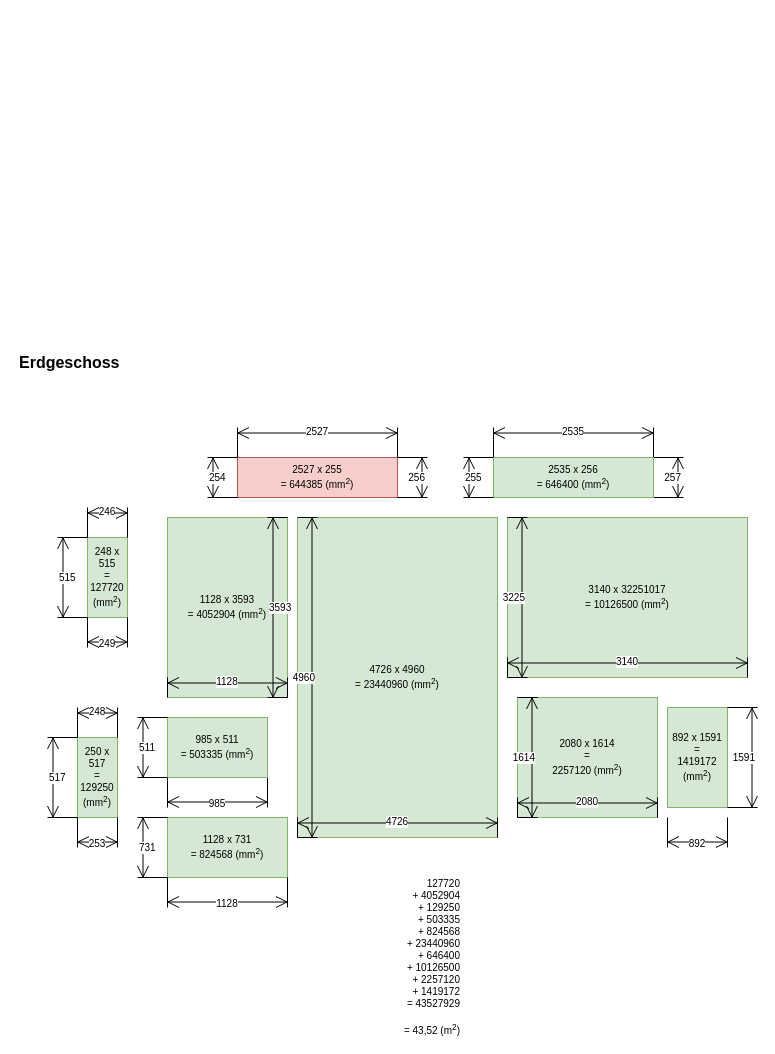
Earlier version of the draw.io diagram page "Erdgeschoss" (1 of 3) of ruderzimmer.drawio (episcopus2001/wohnflaeche). Source tidied: cells renumbered, new cells numbered last; positions are measured from the earlier drawing's top-left corner, leaving out a move shared by most shapes. Both pictures are drawn from the tidied source at 100%, with x=0, y=0 at pixel (17, 347).
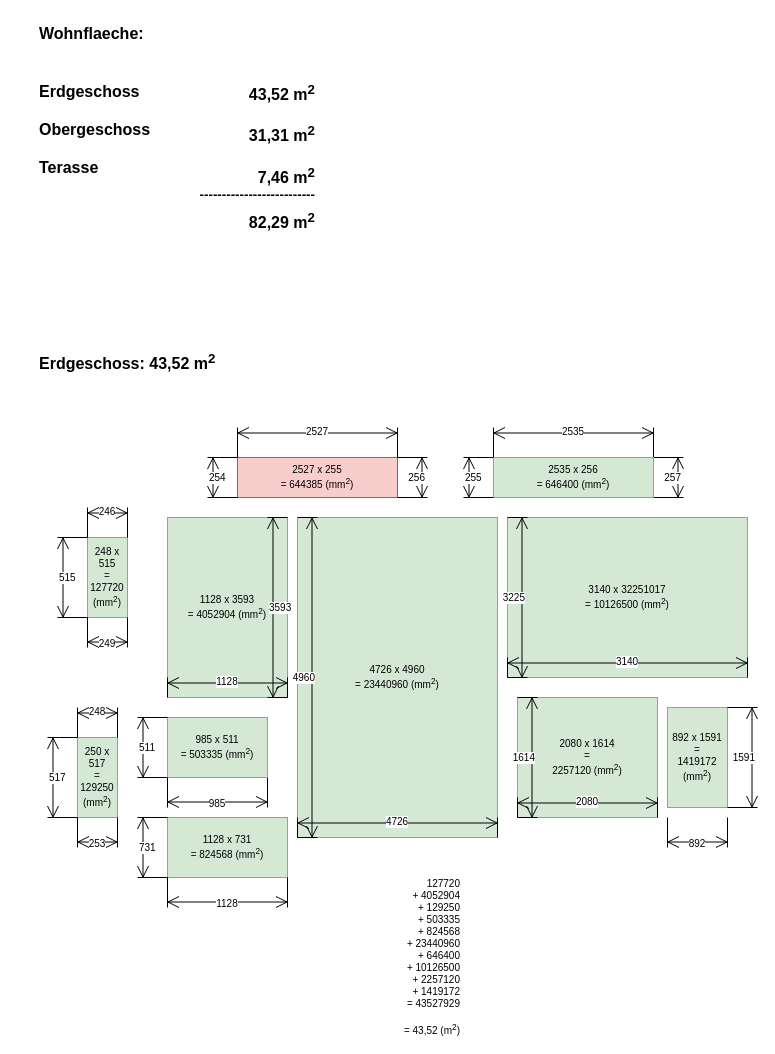
The same diagram, later.

The edit, as a diff of the source:
```diff
@@
-    <mxCell id="10" value="Erdgeschoss" style="text;html=1;strokeColor=none;fillColor=none;align=left;verticalAlign=middle;whiteSpace=wrap;rounded=0;fontStyle=1;fontSize=16;" parent="1" vertex="1">
-      <mxGeometry width="160" height="30" as="geometry" />
+    <mxCell id="10" value="Erdgeschoss: 43,52 m&lt;sup&gt;2&lt;/sup&gt;" style="text;html=1;strokeColor=none;fillColor=none;align=left;verticalAlign=middle;whiteSpace=wrap;rounded=0;fontStyle=1;fontSize=16;" parent="1" vertex="1">
+      <mxGeometry x="20" width="280" height="30" as="geometry" />
     </mxCell>
@@
+    <mxCell id="41" value="&lt;div&gt;Wohnflaeche:&lt;/div&gt;&lt;div&gt;&lt;br&gt;&lt;/div&gt;&lt;div&gt;&lt;br&gt;&lt;/div&gt;&lt;div&gt;Erdgeschoss&lt;/div&gt;&lt;div&gt;&lt;br&gt;&lt;/div&gt;&lt;div&gt;Obergeschoss&lt;/div&gt;&lt;div&gt;&lt;br&gt;&lt;/div&gt;&lt;div&gt;Terasse&lt;br&gt;&lt;/div&gt;" style="text;html=1;strokeColor=none;fillColor=none;align=left;verticalAlign=top;whiteSpace=wrap;rounded=0;fontStyle=1;fontSize=16;" parent="1" vertex="1">
+      <mxGeometry x="20" y="-330" width="120" height="30" as="geometry" />
+    </mxCell>
+    <mxCell id="42" value="&lt;div&gt;&amp;nbsp;&lt;/div&gt;&lt;div&gt;&lt;br&gt;&lt;/div&gt;&lt;div&gt;&lt;br&gt;&lt;/div&gt;&lt;div&gt;43,52 m&lt;sup&gt;2&lt;/sup&gt;&lt;/div&gt;&lt;div&gt;&lt;br&gt;&lt;/div&gt;&lt;div&gt;31,31 m&lt;sup&gt;2&lt;/sup&gt;&lt;/div&gt;&lt;div&gt;&lt;br&gt;&lt;/div&gt;&lt;div&gt;7,46 m&lt;sup&gt;2&lt;/sup&gt;&lt;/div&gt;&lt;div&gt;&lt;sup&gt;--------------------------&lt;/sup&gt;&lt;/div&gt;&lt;div&gt;82,29 m&lt;sup&gt;2&lt;/sup&gt;&lt;/div&gt;" style="text;html=1;strokeColor=none;fillColor=none;align=right;verticalAlign=top;whiteSpace=wrap;rounded=0;fontStyle=1;fontSize=16;" parent="1" vertex="1">
+      <mxGeometry x="180" y="-330" width="120" height="30" as="geometry" />
+    </mxCell>
```
